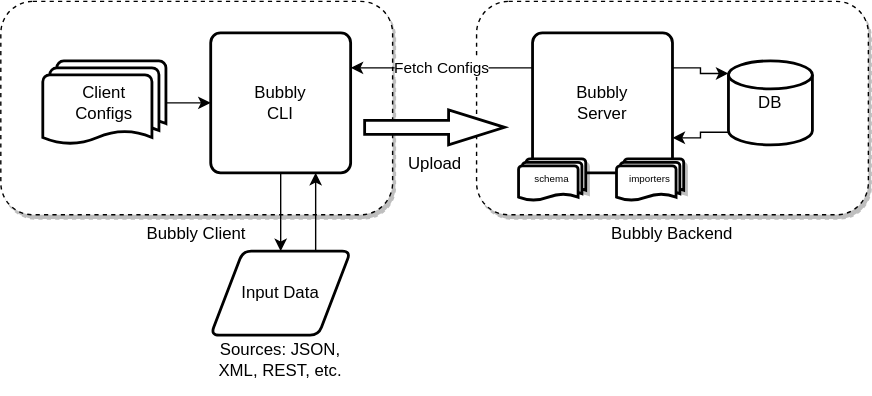
This is docs/images/high-level-arch.drawio.svg from valocode/bubbly, a draw.io export, as it was before one commit. Source tidied: cells renumbered, new cells last; positions are measured from the earlier drawing's top-left corner, leaving out a move shared by most shapes.
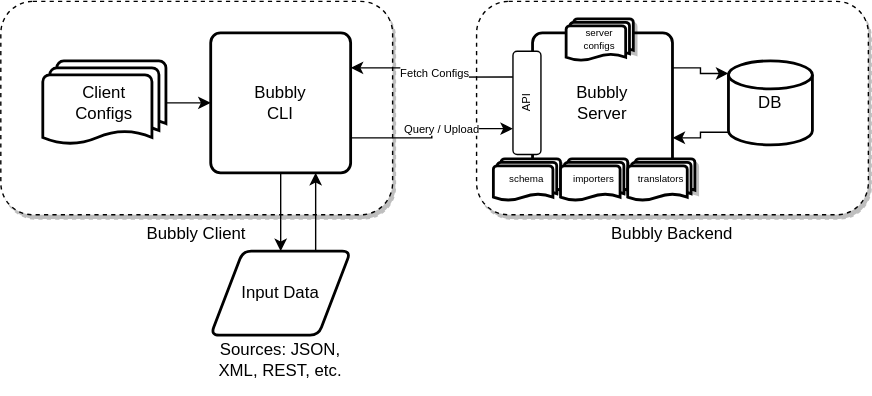
The same file after the commit.

What changed in the source:
```diff
@@ -11,6 +11,12 @@
     <mxCell id="4" style="edgeStyle=orthogonalEdgeStyle;rounded=0;jettySize=auto;html=1;exitX=0.5;exitY=1;exitDx=0;exitDy=0;" parent="1" edge="1" source="5" target="9">
       <mxGeometry relative="1" as="geometry" />
     </mxCell>
+    <mxCell id="20" style="edgeStyle=orthogonalEdgeStyle;rounded=0;jettySize=auto;html=1;exitX=1;exitY=0.75;exitDx=0;exitDy=0;entryX=1;entryY=0.25;entryDx=0;entryDy=0;fontSize=8;" parent="1" edge="1" source="5" target="24">
+      <mxGeometry relative="1" as="geometry" />
+    </mxCell>
+    <mxCell id="21" value="Query / Upload" style="edgeLabel;html=1;align=center;verticalAlign=middle;fontSize=8;" parent="20" vertex="1">
+      <mxGeometry x="0.16" relative="1" as="geometry" />
+    </mxCell>
     <mxCell id="5" value="Bubbly&lt;br&gt;CLI" style="rounded=1;whiteSpace=wrap;html=1;absoluteArcSize=1;arcSize=14;strokeWidth=2;" parent="1" vertex="1">
       <mxGeometry x="150" y="22" width="100" height="100" as="geometry" />
     </mxCell>
@@ -38,23 +44,29 @@
     <mxCell id="13" style="edgeStyle=orthogonalEdgeStyle;rounded=0;jettySize=auto;html=1;exitX=1;exitY=0.25;exitDx=0;exitDy=0;entryX=0;entryY=0.15;entryDx=0;entryDy=0;entryPerimeter=0;" parent="1" edge="1" source="16" target="12">
       <mxGeometry relative="1" as="geometry" />
     </mxCell>
-    <mxCell id="14" style="edgeStyle=orthogonalEdgeStyle;rounded=0;jettySize=auto;html=1;exitX=0;exitY=0.25;exitDx=0;exitDy=0;entryX=1;entryY=0.25;entryDx=0;entryDy=0;" parent="1" edge="1" source="16" target="5">
+    <mxCell id="14" style="edgeStyle=orthogonalEdgeStyle;rounded=0;jettySize=auto;html=1;exitX=1;exitY=0.75;exitDx=0;exitDy=0;entryX=1;entryY=0.25;entryDx=0;entryDy=0;" parent="1" edge="1" source="24" target="5">
       <mxGeometry relative="1" as="geometry" />
     </mxCell>
-    <mxCell id="15" value="Fetch Configs" style="edgeLabel;html=1;align=center;verticalAlign=middle;" parent="14" vertex="1">
+    <mxCell id="15" value="&lt;font style=&quot;font-size: 8px&quot;&gt;Fetch Configs&lt;/font&gt;" style="edgeLabel;html=1;align=center;verticalAlign=middle;" parent="14" vertex="1">
       <mxGeometry x="0.01" y="-1" relative="1" as="geometry" />
     </mxCell>
     <mxCell id="16" value="Bubbly&lt;br&gt;Server" style="rounded=1;whiteSpace=wrap;html=1;absoluteArcSize=1;arcSize=14;strokeWidth=2;" parent="1" vertex="1">
       <mxGeometry x="380" y="22" width="100" height="100" as="geometry" />
     </mxCell>
-    <mxCell id="17" value="Upload" style="verticalLabelPosition=bottom;verticalAlign=top;html=1;strokeWidth=2;shape=mxgraph.arrows2.arrow;dy=0.6;dx=40;notch=0;" parent="1" vertex="1">
-      <mxGeometry x="260" y="77" width="100" height="25" as="geometry" />
-    </mxCell>
     <mxCell id="18" value="&lt;font style=&quot;font-size: 7px;&quot;&gt;schema&lt;/font&gt;" style="strokeWidth=2;html=1;shape=mxgraph.flowchart.multi-document;whiteSpace=wrap;shadow=1;fontSize=7;" parent="1" vertex="1">
-      <mxGeometry x="370" y="112" width="48" height="30" as="geometry" />
+      <mxGeometry x="352" y="112" width="48" height="30" as="geometry" />
     </mxCell>
     <mxCell id="19" value="&lt;font style=&quot;font-size: 7px&quot;&gt;importers&lt;/font&gt;" style="strokeWidth=2;html=1;shape=mxgraph.flowchart.multi-document;whiteSpace=wrap;shadow=1;fontSize=7;" parent="1" vertex="1">
-      <mxGeometry x="440" y="112" width="48" height="30" as="geometry" />
+      <mxGeometry x="400" y="112" width="48" height="30" as="geometry" />
     </mxCell>
+    <mxCell id="22" value="&lt;font style=&quot;font-size: 7px&quot;&gt;server&lt;br&gt;configs&lt;br&gt;&lt;/font&gt;" style="strokeWidth=2;html=1;shape=mxgraph.flowchart.multi-document;whiteSpace=wrap;shadow=1;fontSize=7;" parent="1" vertex="1">
+      <mxGeometry x="404" y="12" width="48" height="30" as="geometry" />
+    </mxCell>
+    <mxCell id="23" value="&lt;font style=&quot;font-size: 7px&quot;&gt;translators&lt;/font&gt;" style="strokeWidth=2;html=1;shape=mxgraph.flowchart.multi-document;whiteSpace=wrap;shadow=1;fontSize=7;" parent="1" vertex="1">
+      <mxGeometry x="448" y="112" width="48" height="30" as="geometry" />
+    </mxCell>
+    <mxCell id="24" value="API" style="rounded=1;whiteSpace=wrap;html=1;fontSize=8;direction=west;horizontal=0;" parent="1" vertex="1">
+      <mxGeometry x="366" y="35.1" width="20" height="73.8" as="geometry" />
+    </mxCell>
   </root>
 </mxGraphModel>
```
